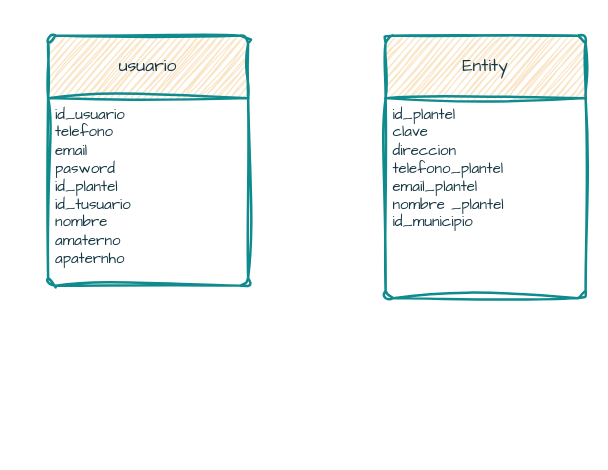
mhsvictor/bd405 keeps this draw.io diagram as page "relacional" (2 of 2) of Diagrama sin título.drawio. Above is the earlier version. Source tidied: cells renumbered, new cells numbered last; positions are measured from the earlier drawing's top-left corner, leaving out a move shared by most shapes. Both pictures are drawn from the tidied source at 125%, with x=0, y=0 at pixel (48, 35).
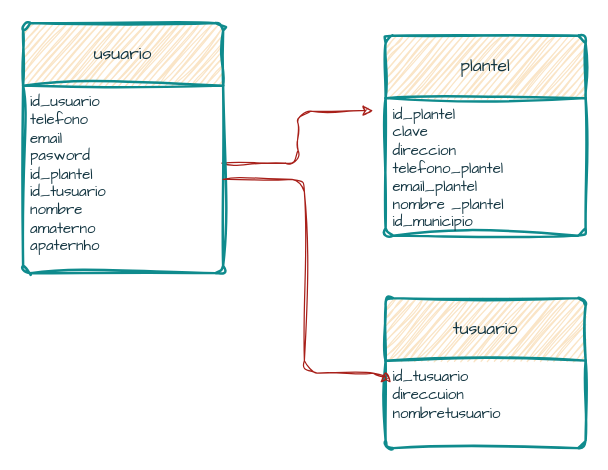
The same page after the edit.

Diff of the diagram source:
```diff
@@
 <mxGraphModel>
   <root>
     <mxCell id="0" />
     <mxCell id="1" parent="0" />
+    <mxCell id="6" style="edgeStyle=orthogonalEdgeStyle;rounded=1;sketch=1;hachureGap=4;jiggle=2;curveFitting=1;jettySize=auto;html=1;strokeColor=#A8201A;fontFamily=Architects Daughter;fontSize=16;fontColor=#143642;fillColor=#FAE5C7;exitX=0.994;exitY=0.413;exitDx=0;exitDy=0;exitPerimeter=0;" parent="1" edge="1" source="3">
+      <mxGeometry relative="1" as="geometry">
+        <mxPoint x="260" y="60" as="targetPoint" />
+      </mxGeometry>
+    </mxCell>
     <mxCell id="2" value="usuario" style="swimlane;horizontal=1;startSize=50;rounded=1;fontSize=14;fontStyle=0;strokeWidth=2;shadow=0;dashed=0;align=center;arcSize=4;whiteSpace=wrap;html=1;sketch=1;hachureGap=4;jiggle=2;curveFitting=1;strokeColor=#0F8B8D;fontFamily=Architects Daughter;fontColor=#143642;fillColor=#FAE5C7;" parent="1" vertex="1">
-      <mxGeometry width="160" height="200" as="geometry" />
+      <mxGeometry x="-20" y="-10" width="160" height="200" as="geometry" />
     </mxCell>
     <mxCell id="3" value="id_usuario&lt;br&gt;telefono&lt;br&gt;email&lt;br&gt;pasword&lt;br&gt;id_plantel&lt;br&gt;id_tusuario&lt;br&gt;nombre&amp;nbsp;&lt;br&gt;amaterno&lt;br&gt;apaternho" style="align=left;strokeColor=none;fillColor=none;spacingLeft=4;fontSize=12;verticalAlign=top;html=1;rounded=1;sketch=1;hachureGap=4;jiggle=2;curveFitting=1;fontFamily=Architects Daughter;fontColor=#143642;" parent="2" vertex="1">
       <mxGeometry y="50" width="160" height="150" as="geometry" />
     </mxCell>
-    <mxCell id="4" value="Entity" style="swimlane;horizontal=1;startSize=50;rounded=1;fontSize=14;fontStyle=0;strokeWidth=2;shadow=0;dashed=0;align=center;arcSize=4;whiteSpace=wrap;html=1;sketch=1;hachureGap=4;jiggle=2;curveFitting=1;strokeColor=#0F8B8D;fontFamily=Architects Daughter;fontColor=#143642;fillColor=#FAE5C7;" parent="1" vertex="1">
-      <mxGeometry x="270" width="160" height="210" as="geometry" />
+    <mxCell id="4" value="plantel" style="swimlane;horizontal=1;startSize=50;rounded=1;fontSize=14;fontStyle=0;strokeWidth=2;shadow=0;dashed=0;align=center;arcSize=4;whiteSpace=wrap;html=1;sketch=1;hachureGap=4;jiggle=2;curveFitting=1;strokeColor=#0F8B8D;fontFamily=Architects Daughter;fontColor=#143642;fillColor=#FAE5C7;" parent="1" vertex="1">
+      <mxGeometry x="270" width="160" height="160" as="geometry" />
     </mxCell>
     <mxCell id="5" value="id_plantel&lt;br&gt;clave&lt;br&gt;direccion&lt;br&gt;telefono_plantel&lt;br&gt;email_plantel&lt;br&gt;nombre _plantel&lt;br&gt;id_municipio" style="align=left;strokeColor=none;fillColor=none;spacingLeft=4;fontSize=12;verticalAlign=top;html=1;rounded=1;sketch=1;hachureGap=4;jiggle=2;curveFitting=1;fontFamily=Architects Daughter;fontColor=#143642;" parent="4" vertex="1">
-      <mxGeometry y="50" width="160" height="160" as="geometry" />
+      <mxGeometry y="50" width="160" height="110" as="geometry" />
     </mxCell>
+    <mxCell id="7" value="tusuario" style="swimlane;horizontal=1;startSize=50;rounded=1;fontSize=14;fontStyle=0;strokeWidth=2;shadow=0;dashed=0;align=center;arcSize=4;whiteSpace=wrap;html=1;sketch=1;hachureGap=4;jiggle=2;curveFitting=1;strokeColor=#0F8B8D;fontFamily=Architects Daughter;fontColor=#143642;fillColor=#FAE5C7;" parent="1" vertex="1">
+      <mxGeometry x="270" y="210" width="160" height="120" as="geometry" />
+    </mxCell>
+    <mxCell id="8" value="id_tusuario&lt;br&gt;direccuion&lt;br&gt;nombretusuario&lt;br&gt;" style="align=left;strokeColor=none;fillColor=none;spacingLeft=4;fontSize=12;verticalAlign=top;html=1;rounded=1;sketch=1;hachureGap=4;jiggle=2;curveFitting=1;fontFamily=Architects Daughter;fontColor=#143642;" parent="7" vertex="1">
+      <mxGeometry y="50" width="160" height="70" as="geometry" />
+    </mxCell>
+    <mxCell id="9" style="edgeStyle=orthogonalEdgeStyle;rounded=1;sketch=1;hachureGap=4;jiggle=2;curveFitting=1;jettySize=auto;html=1;exitX=1;exitY=0.5;exitDx=0;exitDy=0;entryX=0;entryY=0.125;entryDx=0;entryDy=0;entryPerimeter=0;strokeColor=#A8201A;fontFamily=Architects Daughter;fontSize=16;fontColor=#143642;fillColor=#FAE5C7;" parent="1" edge="1" source="3" target="8">
+      <mxGeometry relative="1" as="geometry">
+        <Array as="points">
+          <mxPoint x="205" y="115" />
+          <mxPoint x="205" y="270" />
+          <mxPoint x="270" y="270" />
+        </Array>
+      </mxGeometry>
+    </mxCell>
   </root>
 </mxGraphModel>
```
